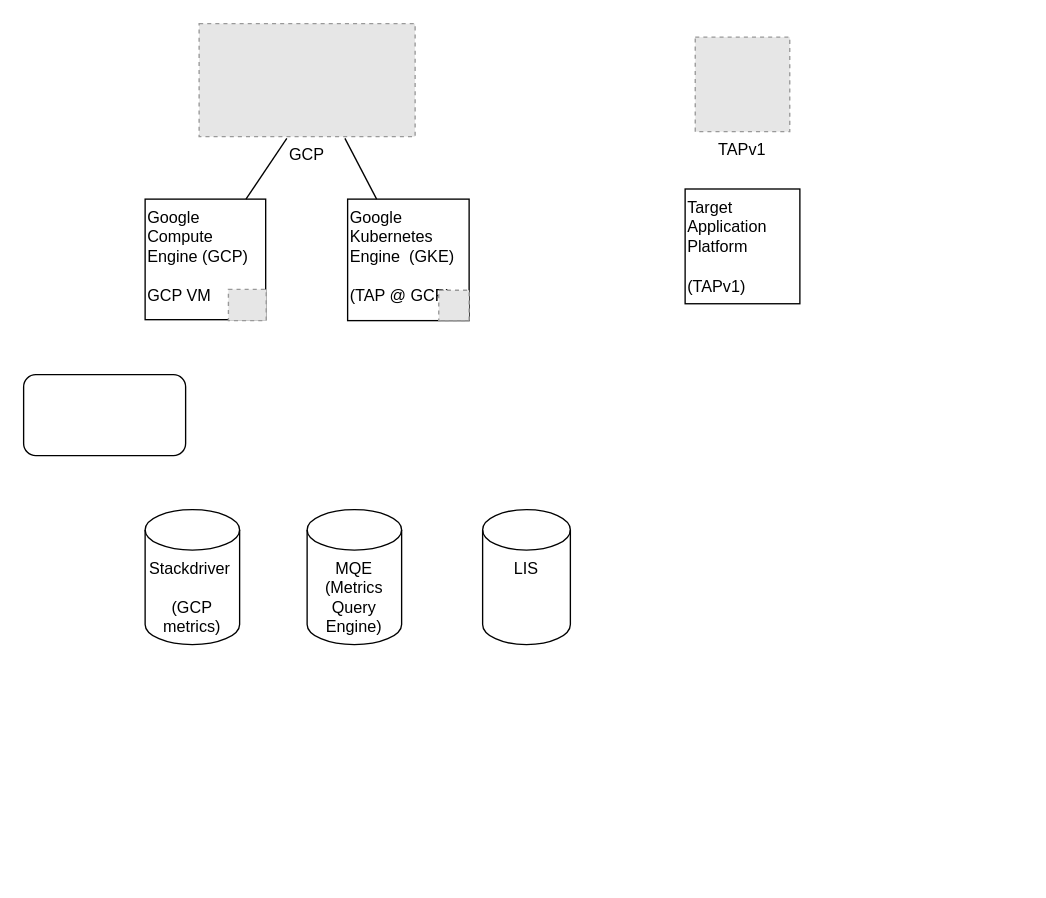
The draw.io diagram TAP-dc.drawio in 4dave/draw, before the edit. Source tidied: cells renumbered, new cells numbered last; positions are measured from the earlier drawing's top-left corner, leaving out a move shared by most shapes. Both pictures are drawn from the tidied source at 135%, with x=0, y=0 at pixel (23, 23). Pictures stored in the file or linked from it are replaced by grey dashed boxes.
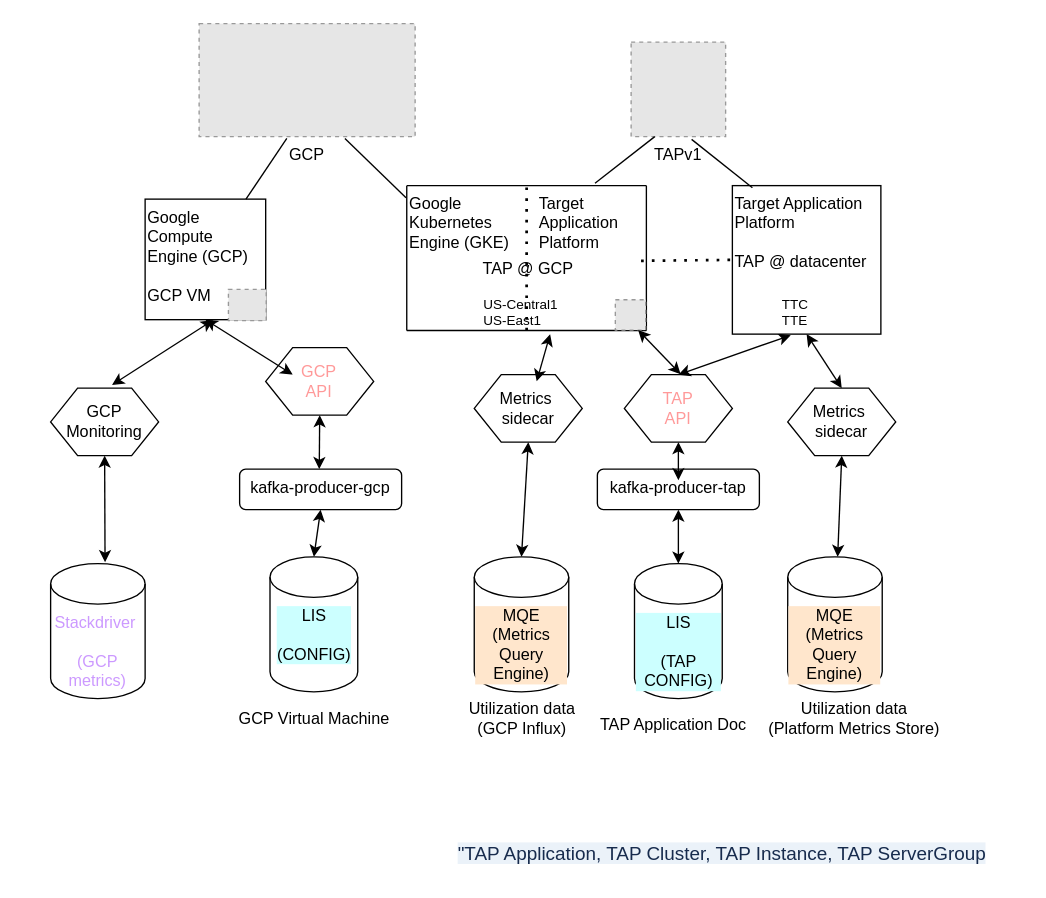
The same page after the edit.

The change refers to these unchanged cells:
```xml
<mxCell id="2" value="GCP" style="fillColor=#E6E6E6;strokeColor=#999999;dashed=1;verticalLabelPosition=bottom;labelBackgroundColor=#ffffff;verticalAlign=top;" parent="1" vertex="1">
  <mxGeometry x="130" width="160" height="83.7" as="geometry" />
</mxCell>
<mxCell id="9" value="Google Compute Engine (GCP)&lt;br&gt;&lt;br&gt;GCP VM" style="whiteSpace=wrap;html=1;align=left;verticalAlign=top;" parent="8" vertex="1">
  <mxGeometry width="89.3" height="89.3" as="geometry" />
</mxCell>
```

What changed in the source:
```diff
@@
     <mxCell id="3" value="TAPv1" style="fillColor=#E6E6E6;strokeColor=#999999;dashed=1;verticalLabelPosition=bottom;labelBackgroundColor=#ffffff;verticalAlign=top;" parent="1" vertex="1">
-      <mxGeometry x="497.5" y="10" width="70" height="70" as="geometry" />
+      <mxGeometry x="450" y="13.7" width="70" height="70" as="geometry" />
     </mxCell>
-    <mxCell id="4" value="Target Application Platform &lt;br&gt;&lt;br&gt;(TAPv1)&lt;br&gt;" style="whiteSpace=wrap;html=1;align=left;verticalAlign=top;" parent="1" vertex="1">
-      <mxGeometry x="490" y="122.5" width="85" height="85" as="geometry" />
-    </mxCell>
-    <mxCell id="5" style="group;" parent="1" vertex="1">
-      <mxGeometry x="240" y="130" width="90" height="90" as="geometry" />
-    </mxCell>
-    <mxCell id="6" value="Google Kubernetes Engine&amp;nbsp; (GKE)&lt;br&gt;&lt;br&gt;(TAP @ GCP)" style="whiteSpace=wrap;html=1;align=left;verticalAlign=top;" parent="5" vertex="1">
-      <mxGeometry width="90" height="90" as="geometry" />
-    </mxCell>
-    <mxCell id="7" style="fillColor=#E6E6E6;strokeColor=#999999;dashed=1;verticalLabelPosition=bottom;labelBackgroundColor=#ffffff;verticalAlign=top;" parent="5" vertex="1">
-      <mxGeometry x="67.5" y="67.5" width="22.5" height="22.5" as="geometry" />
-    </mxCell>
@@
-    <mxCell id="11" value="LIS" style="shape=cylinder3;whiteSpace=wrap;html=1;boundedLbl=1;backgroundOutline=1;size=15;align=center;verticalAlign=top;" parent="1" vertex="1">
-      <mxGeometry x="340" y="360" width="65" height="100" as="geometry" />
+    <mxCell id="11" value="LIS&lt;br&gt;&lt;br&gt;(TAP CONFIG)" style="shape=cylinder3;whiteSpace=wrap;html=1;boundedLbl=1;backgroundOutline=1;size=15;align=center;verticalAlign=top;labelBackgroundColor=#CCFFFF;" parent="1" vertex="1">
+      <mxGeometry x="452.5" y="400" width="65" height="100" as="geometry" />
     </mxCell>
-    <mxCell id="12" value="MQE&lt;br&gt;(Metrics Query Engine)" style="shape=cylinder3;whiteSpace=wrap;html=1;boundedLbl=1;backgroundOutline=1;size=15;align=center;verticalAlign=top;" parent="1" vertex="1">
-      <mxGeometry x="210" y="360" width="70" height="100" as="geometry" />
+    <mxCell id="12" value="MQE&lt;br&gt;(Metrics Query Engine)" style="shape=cylinder3;whiteSpace=wrap;html=1;boundedLbl=1;backgroundOutline=1;size=15;align=center;verticalAlign=top;labelBackgroundColor=#FFE6CC;" parent="1" vertex="1">
+      <mxGeometry x="566" y="395" width="70" height="100" as="geometry" />
     </mxCell>
-    <mxCell id="13" value="Stackdriver&amp;nbsp;&lt;br&gt;&lt;br&gt;(GCP metrics)" style="shape=cylinder3;whiteSpace=wrap;html=1;boundedLbl=1;backgroundOutline=1;size=15;align=center;verticalAlign=top;" parent="1" vertex="1">
-      <mxGeometry x="90" y="360" width="70" height="100" as="geometry" />
+    <mxCell id="13" value="Stackdriver&amp;nbsp;&lt;br&gt;&lt;br&gt;(GCP metrics)" style="shape=cylinder3;whiteSpace=wrap;html=1;boundedLbl=1;backgroundOutline=1;size=15;align=center;verticalAlign=top;fontColor=#CC99FF;" parent="1" vertex="1">
+      <mxGeometry x="20" y="400" width="70" height="100" as="geometry" />
     </mxCell>
-    <mxCell id="14" style="rounded=1;whiteSpace=wrap;html=1;align=center;verticalAlign=top;" parent="1" vertex="1">
-      <mxGeometry y="260" width="120" height="60" as="geometry" />
+    <mxCell id="14" value="kafka-producer-tap" style="rounded=1;whiteSpace=wrap;html=1;align=center;verticalAlign=top;" parent="1" vertex="1">
+      <mxGeometry x="425" y="330" width="120" height="30" as="geometry" />
     </mxCell>
@@
-    <mxCell id="16" style="endArrow=none;html=1;rounded=0;entryX=0.675;entryY=1.016;entryDx=0;entryDy=0;entryPerimeter=0;" parent="1" edge="1" source="6" target="2">
+    <mxCell id="16" style="endArrow=none;html=1;rounded=0;entryX=0.675;entryY=1.016;entryDx=0;entryDy=0;entryPerimeter=0;exitX=-0.006;exitY=0.09;exitDx=0;exitDy=0;exitPerimeter=0;" parent="1" edge="1" source="42" target="2">
       <mxGeometry relative="1" as="geometry" />
     </mxCell>
+    <mxCell id="17" value="kafka-producer-gcp" style="rounded=1;whiteSpace=wrap;html=1;align=center;verticalAlign=top;" parent="1" vertex="1">
+      <mxGeometry x="160" y="330" width="120" height="30" as="geometry" />
+    </mxCell>
+    <mxCell id="18" value="GCP&lt;br&gt;API" style="shape=hexagon;perimeter=hexagonPerimeter2;whiteSpace=wrap;html=1;fixedSize=1;align=center;verticalAlign=middle;fontColor=#FF9999;" parent="1" vertex="1">
+      <mxGeometry x="179.3" y="240" width="80" height="50" as="geometry" />
+    </mxCell>
+    <mxCell id="19" value="TAP&lt;br&gt;API" style="shape=hexagon;perimeter=hexagonPerimeter2;whiteSpace=wrap;html=1;fixedSize=1;align=center;verticalAlign=middle;fontColor=#FF9999;" parent="1" vertex="1">
+      <mxGeometry x="445" y="260" width="80" height="50" as="geometry" />
+    </mxCell>
+    <mxCell id="20" style="endArrow=classic;startArrow=classic;html=1;rounded=0;entryX=0.393;entryY=1.007;entryDx=0;entryDy=0;entryPerimeter=0;" parent="1" edge="1" target="35">
+      <mxGeometry relative="1" as="geometry">
+        <mxPoint x="485" y="260" as="sourcePoint" />
+      </mxGeometry>
+    </mxCell>
+    <mxCell id="21" style="endArrow=classic;startArrow=classic;html=1;rounded=0;entryX=0.5;entryY=1;entryDx=0;entryDy=0;" parent="1" edge="1" target="19">
+      <mxGeometry relative="1" as="geometry">
+        <mxPoint x="485" y="310" as="sourcePoint" />
+      </mxGeometry>
+    </mxCell>
+    <mxCell id="22" style="endArrow=classic;startArrow=classic;html=1;rounded=0;entryX=0.5;entryY=1;entryDx=0;entryDy=0;exitX=0.5;exitY=0;exitDx=0;exitDy=0;exitPerimeter=0;" parent="1" edge="1" source="11" target="14">
+      <mxGeometry relative="1" as="geometry" />
+    </mxCell>
+    <mxCell id="23" value="TAP Application Doc" style="text;html=1;align=center;verticalAlign=middle;strokeColor=none;fillColor=none;" parent="1" vertex="1">
+      <mxGeometry x="421" y="510" width="120" height="20" as="geometry" />
+    </mxCell>
+    <mxCell id="24" value="Metrics&amp;nbsp;&lt;br&gt;sidecar" style="shape=hexagon;perimeter=hexagonPerimeter2;whiteSpace=wrap;html=1;fixedSize=1;align=center;verticalAlign=middle;" parent="1" vertex="1">
+      <mxGeometry x="333.8" y="260" width="80" height="50" as="geometry" />
+    </mxCell>
+    <mxCell id="25" style="endArrow=classic;startArrow=classic;html=1;rounded=0;exitX=0.5;exitY=0;exitDx=0;exitDy=0;entryX=0.5;entryY=1;entryDx=0;entryDy=0;" parent="1" edge="1" source="51" target="35">
+      <mxGeometry relative="1" as="geometry" />
+    </mxCell>
+    <mxCell id="26" value="Utilization data&lt;br&gt;(Platform Metrics Store)" style="text;html=1;align=center;verticalAlign=middle;strokeColor=none;fillColor=none;" parent="1" vertex="1">
+      <mxGeometry x="545" y="500" width="140" height="30" as="geometry" />
+    </mxCell>
+    <mxCell id="27" style="endArrow=classic;startArrow=classic;html=1;rounded=0;entryX=0.5;entryY=1;entryDx=0;entryDy=0;" parent="1" edge="1" target="18">
+      <mxGeometry relative="1" as="geometry">
+        <mxPoint x="219" y="330" as="sourcePoint" />
+      </mxGeometry>
+    </mxCell>
+    <mxCell id="28" style="endArrow=classic;startArrow=classic;html=1;rounded=0;exitX=0.5;exitY=1;exitDx=0;exitDy=0;entryX=0.5;entryY=0;entryDx=0;entryDy=0;entryPerimeter=0;" parent="1" edge="1" source="17" target="29">
+      <mxGeometry relative="1" as="geometry" />
+    </mxCell>
+    <mxCell id="29" value="LIS&lt;br&gt;&lt;br&gt;(CONFIG)" style="shape=cylinder3;whiteSpace=wrap;html=1;boundedLbl=1;backgroundOutline=1;size=15;align=center;verticalAlign=top;labelBackgroundColor=#CCFFFF;" parent="1" vertex="1">
+      <mxGeometry x="182.5" y="395" width="65" height="100" as="geometry" />
+    </mxCell>
+    <mxCell id="30" value="GCP Virtual Machine" style="text;html=1;align=center;verticalAlign=middle;strokeColor=none;fillColor=none;" parent="1" vertex="1">
+      <mxGeometry x="150" y="505" width="130" height="20" as="geometry" />
+    </mxCell>
+    <mxCell id="31" value="GCP&lt;br&gt;Monitoring" style="shape=hexagon;perimeter=hexagonPerimeter2;whiteSpace=wrap;html=1;fixedSize=1;align=center;verticalAlign=middle;" parent="1" vertex="1">
+      <mxGeometry x="20" y="270" width="80" height="50" as="geometry" />
+    </mxCell>
+    <mxCell id="32" style="endArrow=classic;startArrow=classic;html=1;rounded=0;exitX=0.569;exitY=-0.048;exitDx=0;exitDy=0;exitPerimeter=0;entryX=0.564;entryY=1.004;entryDx=0;entryDy=0;entryPerimeter=0;" parent="1" edge="1" source="31" target="9">
+      <mxGeometry relative="1" as="geometry" />
+    </mxCell>
+    <mxCell id="33" style="endArrow=classic;startArrow=classic;html=1;rounded=0;exitX=0.5;exitY=1;exitDx=0;exitDy=0;entryX=0.576;entryY=-0.01;entryDx=0;entryDy=0;entryPerimeter=0;" parent="1" edge="1" source="31" target="13">
+      <mxGeometry relative="1" as="geometry" />
+    </mxCell>
+    <mxCell id="34" style="endArrow=classic;startArrow=classic;html=1;rounded=0;exitX=0.25;exitY=0.4;exitDx=0;exitDy=0;exitPerimeter=0;entryX=0.5;entryY=1;entryDx=0;entryDy=0;" parent="1" edge="1" source="18" target="9">
+      <mxGeometry relative="1" as="geometry" />
+    </mxCell>
+    <mxCell id="35" value="Target Application Platform &lt;br&gt;&lt;br&gt;TAP @ datacenter" style="whiteSpace=wrap;html=1;align=left;verticalAlign=top;" parent="1" vertex="1">
+      <mxGeometry x="525" y="120" width="110" height="110" as="geometry" />
+    </mxCell>
+    <mxCell id="36" style="group;" parent="1" vertex="1">
+      <mxGeometry x="283.8" y="120" width="180" height="115.8" as="geometry" />
+    </mxCell>
+    <mxCell id="37" style="endArrow=none;html=1;rounded=0;" parent="36" edge="1">
+      <mxGeometry relative="1" as="geometry">
+        <mxPoint y="107.3" as="sourcePoint" />
+        <mxPoint as="targetPoint" />
+      </mxGeometry>
+    </mxCell>
+    <mxCell id="38" style="endArrow=none;html=1;rounded=0;" parent="36" edge="1">
+      <mxGeometry relative="1" as="geometry">
+        <mxPoint x="177.5" y="107.3" as="sourcePoint" />
+        <mxPoint x="177.5" as="targetPoint" />
+      </mxGeometry>
+    </mxCell>
+    <mxCell id="39" style="endArrow=none;dashed=1;html=1;dashPattern=1 3;strokeWidth=2;rounded=0;" parent="36" edge="1">
+      <mxGeometry relative="1" as="geometry">
+        <mxPoint x="88.8" y="107.3" as="sourcePoint" />
+        <mxPoint x="88.8" as="targetPoint" />
+      </mxGeometry>
+    </mxCell>
+    <mxCell id="40" style="endArrow=none;html=1;rounded=0;" parent="36" edge="1">
+      <mxGeometry relative="1" as="geometry">
+        <mxPoint as="sourcePoint" />
+        <mxPoint x="177.5" as="targetPoint" />
+      </mxGeometry>
+    </mxCell>
+    <mxCell id="41" style="endArrow=none;html=1;rounded=0;" parent="36" edge="1">
+      <mxGeometry relative="1" as="geometry">
+        <mxPoint y="107.3" as="sourcePoint" />
+        <mxPoint x="177.5" y="107.3" as="targetPoint" />
+      </mxGeometry>
+    </mxCell>
+    <mxCell id="42" value="Google Kubernetes Engine (GKE)&lt;br&gt;&lt;br&gt;" style="text;html=1;strokeColor=none;fillColor=none;align=left;verticalAlign=top;whiteSpace=wrap;rounded=0;" parent="36" vertex="1">
+      <mxGeometry width="90" height="100" as="geometry" />
+    </mxCell>
+    <mxCell id="43" value="Target Application Platform&lt;br&gt;&lt;br&gt;" style="text;html=1;strokeColor=none;fillColor=none;align=left;verticalAlign=top;whiteSpace=wrap;rounded=0;" parent="36" vertex="1">
+      <mxGeometry x="96" width="74" height="100" as="geometry" />
+    </mxCell>
+    <mxCell id="44" style="fillColor=#E6E6E6;strokeColor=#999999;dashed=1;verticalLabelPosition=bottom;labelBackgroundColor=#ffffff;verticalAlign=top;" parent="36" vertex="1">
+      <mxGeometry x="154.5" y="84.5" width="22.5" height="22.5" as="geometry" />
+    </mxCell>
+    <mxCell id="45" value="TAP @ GCP" style="text;html=1;strokeColor=none;fillColor=none;align=center;verticalAlign=middle;whiteSpace=wrap;rounded=0;" parent="36" vertex="1">
+      <mxGeometry x="46.2" y="46.5" width="87.5" height="30" as="geometry" />
+    </mxCell>
+    <mxCell id="46" value="US-Central1 &lt;br style=&quot;font-size: 10px;&quot;&gt;US-East1" style="text;html=1;strokeColor=none;fillColor=none;align=left;verticalAlign=top;whiteSpace=wrap;rounded=0;labelBackgroundColor=none;fontColor=none;fontSize=10;" parent="36" vertex="1">
+      <mxGeometry x="55" y="75.8" width="70" height="40" as="geometry" />
+    </mxCell>
+    <mxCell id="47" style="endArrow=none;dashed=1;html=1;dashPattern=1 3;strokeWidth=2;rounded=0;exitX=1.048;exitY=0.557;exitDx=0;exitDy=0;exitPerimeter=0;entryX=0;entryY=0.5;entryDx=0;entryDy=0;" parent="1" edge="1" source="43" target="35">
+      <mxGeometry relative="1" as="geometry" />
+    </mxCell>
+    <mxCell id="48" value="MQE&lt;br&gt;(Metrics Query Engine)" style="shape=cylinder3;whiteSpace=wrap;html=1;boundedLbl=1;backgroundOutline=1;size=15;align=center;verticalAlign=top;labelBackgroundColor=#FFE6CC;" parent="1" vertex="1">
+      <mxGeometry x="333.8" y="395" width="70" height="100" as="geometry" />
+    </mxCell>
+    <mxCell id="49" value="Utilization data&lt;br&gt;(GCP Influx)" style="text;html=1;align=center;verticalAlign=middle;strokeColor=none;fillColor=none;" parent="1" vertex="1">
+      <mxGeometry x="323.8" y="500" width="90" height="30" as="geometry" />
+    </mxCell>
+    <mxCell id="50" style="endArrow=classic;startArrow=classic;html=1;rounded=0;entryX=0.5;entryY=1;entryDx=0;entryDy=0;exitX=0.5;exitY=0;exitDx=0;exitDy=0;exitPerimeter=0;" parent="1" edge="1" source="48" target="24">
+      <mxGeometry relative="1" as="geometry" />
+    </mxCell>
+    <mxCell id="51" value="Metrics&amp;nbsp;&lt;br&gt;sidecar" style="shape=hexagon;perimeter=hexagonPerimeter2;whiteSpace=wrap;html=1;fixedSize=1;align=center;verticalAlign=middle;" parent="1" vertex="1">
+      <mxGeometry x="566" y="270" width="80" height="50" as="geometry" />
+    </mxCell>
+    <mxCell id="52" style="endArrow=classic;startArrow=classic;html=1;rounded=0;exitX=0.578;exitY=0.1;exitDx=0;exitDy=0;exitPerimeter=0;" parent="1" edge="1" source="24">
+      <mxGeometry relative="1" as="geometry">
+        <mxPoint x="390" y="230" as="targetPoint" />
+      </mxGeometry>
+    </mxCell>
+    <mxCell id="53" style="endArrow=classic;startArrow=classic;html=1;rounded=0;entryX=0.5;entryY=1;entryDx=0;entryDy=0;" parent="1" edge="1" source="12" target="51">
+      <mxGeometry relative="1" as="geometry" />
+    </mxCell>
+    <mxCell id="54" style="endArrow=none;html=1;rounded=0;entryX=0.25;entryY=1;entryDx=0;entryDy=0;exitX=0.587;exitY=-0.018;exitDx=0;exitDy=0;exitPerimeter=0;" parent="1" edge="1" source="43" target="3">
+      <mxGeometry relative="1" as="geometry" />
+    </mxCell>
+    <mxCell id="55" style="endArrow=none;html=1;rounded=0;entryX=0.64;entryY=1.029;entryDx=0;entryDy=0;exitX=0.135;exitY=0.014;exitDx=0;exitDy=0;exitPerimeter=0;entryPerimeter=0;" parent="1" edge="1" source="35" target="3">
+      <mxGeometry relative="1" as="geometry" />
+    </mxCell>
+    <mxCell id="56" style="endArrow=classic;startArrow=classic;html=1;rounded=0;exitX=0.521;exitY=-0.006;exitDx=0;exitDy=0;entryX=0.75;entryY=1;entryDx=0;entryDy=0;exitPerimeter=0;" parent="1" edge="1" source="19" target="44">
+      <mxGeometry relative="1" as="geometry" />
+    </mxCell>
+    <mxCell id="57" style="endArrow=classic;startArrow=classic;html=1;rounded=0;exitX=0.5;exitY=0.275;exitDx=0;exitDy=0;exitPerimeter=0;entryX=0.5;entryY=1;entryDx=0;entryDy=0;" parent="1" edge="1" source="14" target="19">
+      <mxGeometry relative="1" as="geometry" />
+    </mxCell>
+    <mxCell id="58" value="&lt;span style=&quot;color: rgb(23, 43, 77); font-size: 14px; font-style: normal; font-weight: 400; letter-spacing: normal; text-align: left; text-indent: 0px; text-transform: none; word-spacing: 0px; background-color: rgb(235, 242, 249); display: inline; float: none;&quot;&gt;&quot;TAP Application, TAP Cluster, TAP Instance, TAP ServerGroup&lt;/span&gt;" style="text;whiteSpace=wrap;html=1;fontColor=#FF9999;" parent="1" vertex="1">
+      <mxGeometry x="320" y="600" width="420" height="30" as="geometry" />
+    </mxCell>
+    <mxCell id="59" value="TTC&lt;br&gt;TTE" style="text;html=1;strokeColor=none;fillColor=none;align=left;verticalAlign=top;whiteSpace=wrap;rounded=0;labelBackgroundColor=none;fontColor=none;fontSize=10;" parent="1" vertex="1">
+      <mxGeometry x="560" y="195.8" width="70" height="40" as="geometry" />
+    </mxCell>
```
